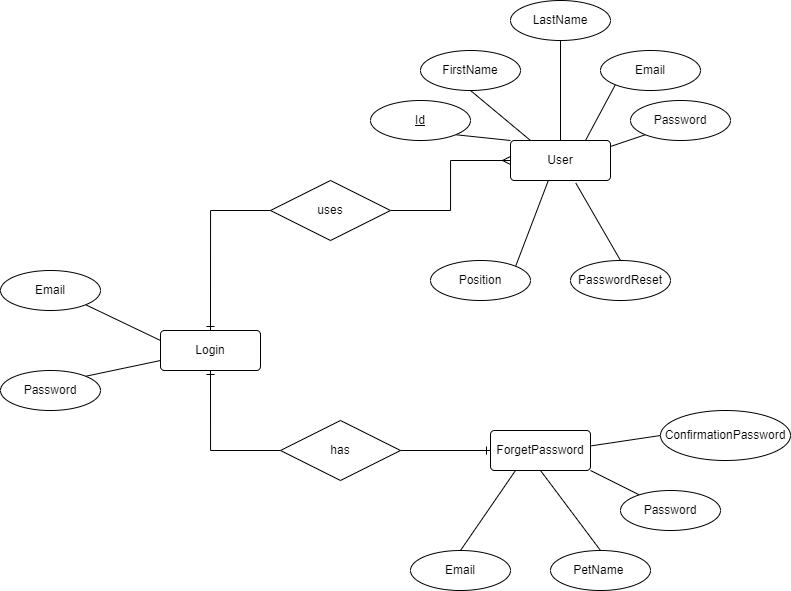
Earlier version of the draw.io export ERDigram/ERDiagram.png (Miggiez/LoginWithCRUD). Source tidied: cells renumbered, new cells last; positions are measured from the earlier drawing's top-left corner, leaving out a move shared by most shapes. Source of this version:
```xml
<mxGraphModel>
  <root>
    <mxCell id="0" />
    <mxCell id="1" parent="0" />
    <mxCell id="2" value="User" style="rounded=1;arcSize=10;whiteSpace=wrap;html=1;align=center;" parent="1" vertex="1">
      <mxGeometry x="510" y="140" width="100" height="40" as="geometry" />
    </mxCell>
    <mxCell id="3" style="edgeStyle=orthogonalEdgeStyle;rounded=0;jettySize=auto;html=1;entryX=0;entryY=0.5;entryDx=0;entryDy=0;startArrow=ERone;startFill=0;endArrow=none;endFill=0;exitX=0.5;exitY=1;exitDx=0;exitDy=0;" parent="1" edge="1" source="4" target="24">
      <mxGeometry relative="1" as="geometry">
        <Array as="points">
          <mxPoint x="210" y="450" />
        </Array>
      </mxGeometry>
    </mxCell>
    <mxCell id="4" value="Login" style="rounded=1;arcSize=10;whiteSpace=wrap;html=1;align=center;" parent="1" vertex="1">
      <mxGeometry x="160" y="330" width="100" height="40" as="geometry" />
    </mxCell>
    <mxCell id="5" value="ForgetPassword" style="rounded=1;arcSize=10;whiteSpace=wrap;html=1;align=center;" parent="1" vertex="1">
      <mxGeometry x="490" y="430" width="100" height="40" as="geometry" />
    </mxCell>
    <mxCell id="6" style="rounded=0;jettySize=auto;html=1;exitX=1;exitY=1;exitDx=0;exitDy=0;entryX=0;entryY=0;entryDx=0;entryDy=0;endArrow=none;endFill=0;" parent="1" edge="1" source="7" target="2">
      <mxGeometry relative="1" as="geometry" />
    </mxCell>
    <mxCell id="7" value="Id" style="ellipse;whiteSpace=wrap;html=1;align=center;fontStyle=4;" parent="1" vertex="1">
      <mxGeometry x="370" y="100" width="100" height="40" as="geometry" />
    </mxCell>
    <mxCell id="8" style="rounded=0;jettySize=auto;html=1;exitX=0.5;exitY=1;exitDx=0;exitDy=0;entryX=0.2;entryY=0;entryDx=0;entryDy=0;entryPerimeter=0;endArrow=none;endFill=0;" parent="1" edge="1" source="9" target="2">
      <mxGeometry relative="1" as="geometry" />
    </mxCell>
    <mxCell id="9" value="FirstName" style="ellipse;whiteSpace=wrap;html=1;align=center;" parent="1" vertex="1">
      <mxGeometry x="420" y="50" width="100" height="40" as="geometry" />
    </mxCell>
    <mxCell id="10" style="edgeStyle=none;rounded=0;jettySize=auto;html=1;exitX=0.5;exitY=1;exitDx=0;exitDy=0;entryX=0.5;entryY=0;entryDx=0;entryDy=0;endArrow=none;endFill=0;" parent="1" edge="1" source="11" target="2">
      <mxGeometry relative="1" as="geometry" />
    </mxCell>
    <mxCell id="11" value="LastName" style="ellipse;whiteSpace=wrap;html=1;align=center;" parent="1" vertex="1">
      <mxGeometry x="510" width="100" height="40" as="geometry" />
    </mxCell>
    <mxCell id="12" style="edgeStyle=none;rounded=0;jettySize=auto;html=1;exitX=0;exitY=1;exitDx=0;exitDy=0;entryX=0.75;entryY=0;entryDx=0;entryDy=0;endArrow=none;endFill=0;" parent="1" edge="1" source="13" target="2">
      <mxGeometry relative="1" as="geometry" />
    </mxCell>
    <mxCell id="13" value="Email" style="ellipse;whiteSpace=wrap;html=1;align=center;" parent="1" vertex="1">
      <mxGeometry x="600" y="50" width="100" height="40" as="geometry" />
    </mxCell>
    <mxCell id="14" style="edgeStyle=none;rounded=0;jettySize=auto;html=1;exitX=0;exitY=1;exitDx=0;exitDy=0;entryX=1.001;entryY=0.149;entryDx=0;entryDy=0;endArrow=none;endFill=0;entryPerimeter=0;" parent="1" edge="1" source="15" target="2">
      <mxGeometry relative="1" as="geometry" />
    </mxCell>
    <mxCell id="15" value="Password" style="ellipse;whiteSpace=wrap;html=1;align=center;" parent="1" vertex="1">
      <mxGeometry x="630" y="100" width="100" height="40" as="geometry" />
    </mxCell>
    <mxCell id="16" style="edgeStyle=none;rounded=0;jettySize=auto;html=1;exitX=1;exitY=0;exitDx=0;exitDy=0;entryX=0.379;entryY=0.995;entryDx=0;entryDy=0;entryPerimeter=0;endArrow=none;endFill=0;" parent="1" edge="1" source="17" target="2">
      <mxGeometry relative="1" as="geometry" />
    </mxCell>
    <mxCell id="17" value="Position" style="ellipse;whiteSpace=wrap;html=1;align=center;" parent="1" vertex="1">
      <mxGeometry x="430" y="260" width="100" height="40" as="geometry" />
    </mxCell>
    <mxCell id="18" style="edgeStyle=none;rounded=0;jettySize=auto;html=1;exitX=0.5;exitY=0;exitDx=0;exitDy=0;entryX=0.653;entryY=1.064;entryDx=0;entryDy=0;entryPerimeter=0;endArrow=none;endFill=0;" parent="1" edge="1" source="19" target="2">
      <mxGeometry relative="1" as="geometry" />
    </mxCell>
    <mxCell id="19" value="PasswordReset" style="ellipse;whiteSpace=wrap;html=1;align=center;" parent="1" vertex="1">
      <mxGeometry x="570" y="260" width="100" height="40" as="geometry" />
    </mxCell>
    <mxCell id="20" style="edgeStyle=orthogonalEdgeStyle;rounded=0;jettySize=auto;html=1;entryX=0;entryY=0.5;entryDx=0;entryDy=0;startArrow=none;startFill=0;endArrow=ERmany;endFill=0;" parent="1" edge="1" source="22" target="2">
      <mxGeometry relative="1" as="geometry" />
    </mxCell>
    <mxCell id="21" style="edgeStyle=orthogonalEdgeStyle;rounded=0;jettySize=auto;html=1;entryX=0.5;entryY=0;entryDx=0;entryDy=0;startArrow=none;startFill=0;endArrow=ERone;endFill=0;" parent="1" edge="1" source="22" target="4">
      <mxGeometry relative="1" as="geometry" />
    </mxCell>
    <mxCell id="22" value="uses" style="shape=rhombus;perimeter=rhombusPerimeter;whiteSpace=wrap;html=1;align=center;" parent="1" vertex="1">
      <mxGeometry x="270" y="180" width="120" height="60" as="geometry" />
    </mxCell>
    <mxCell id="23" style="edgeStyle=orthogonalEdgeStyle;rounded=0;jettySize=auto;html=1;entryX=0;entryY=0.5;entryDx=0;entryDy=0;startArrow=none;startFill=0;endArrow=ERone;endFill=0;" parent="1" edge="1" source="24" target="5">
      <mxGeometry relative="1" as="geometry" />
    </mxCell>
    <mxCell id="24" value="has" style="shape=rhombus;perimeter=rhombusPerimeter;whiteSpace=wrap;html=1;align=center;" parent="1" vertex="1">
      <mxGeometry x="280" y="420" width="120" height="60" as="geometry" />
    </mxCell>
    <mxCell id="25" style="rounded=0;jettySize=auto;html=1;exitX=0.5;exitY=0;exitDx=0;exitDy=0;entryX=0.25;entryY=1;entryDx=0;entryDy=0;startArrow=none;startFill=0;endArrow=none;endFill=0;" parent="1" edge="1" source="26" target="5">
      <mxGeometry relative="1" as="geometry" />
    </mxCell>
    <mxCell id="26" value="Email" style="ellipse;whiteSpace=wrap;html=1;align=center;" parent="1" vertex="1">
      <mxGeometry x="410" y="550" width="100" height="40" as="geometry" />
    </mxCell>
    <mxCell id="27" style="edgeStyle=none;rounded=0;jettySize=auto;html=1;exitX=0.5;exitY=0;exitDx=0;exitDy=0;entryX=0.5;entryY=1;entryDx=0;entryDy=0;startArrow=none;startFill=0;endArrow=none;endFill=0;" parent="1" edge="1" source="28" target="5">
      <mxGeometry relative="1" as="geometry" />
    </mxCell>
    <mxCell id="28" value="PetName&lt;span style=&quot;white-space: pre;&quot;&gt;&#9;&lt;/span&gt;" style="ellipse;whiteSpace=wrap;html=1;align=center;" parent="1" vertex="1">
      <mxGeometry x="550" y="550" width="100" height="40" as="geometry" />
    </mxCell>
    <mxCell id="29" style="edgeStyle=none;rounded=0;jettySize=auto;html=1;entryX=1;entryY=1;entryDx=0;entryDy=0;startArrow=none;startFill=0;endArrow=none;endFill=0;" parent="1" edge="1" source="30" target="5">
      <mxGeometry relative="1" as="geometry" />
    </mxCell>
    <mxCell id="30" value="Password" style="ellipse;whiteSpace=wrap;html=1;align=center;" parent="1" vertex="1">
      <mxGeometry x="620" y="490" width="100" height="40" as="geometry" />
    </mxCell>
    <mxCell id="31" style="edgeStyle=none;rounded=0;jettySize=auto;html=1;exitX=0;exitY=0.5;exitDx=0;exitDy=0;entryX=1.003;entryY=0.385;entryDx=0;entryDy=0;entryPerimeter=0;startArrow=none;startFill=0;endArrow=none;endFill=0;" parent="1" edge="1" source="32" target="5">
      <mxGeometry relative="1" as="geometry" />
    </mxCell>
    <mxCell id="32" value="ConfirmationPassword" style="ellipse;whiteSpace=wrap;html=1;align=center;" parent="1" vertex="1">
      <mxGeometry x="660" y="410" width="130" height="50" as="geometry" />
    </mxCell>
    <mxCell id="33" style="edgeStyle=none;rounded=0;jettySize=auto;html=1;exitX=1;exitY=1;exitDx=0;exitDy=0;entryX=0;entryY=0.25;entryDx=0;entryDy=0;startArrow=none;startFill=0;endArrow=none;endFill=0;" parent="1" edge="1" source="34" target="4">
      <mxGeometry relative="1" as="geometry" />
    </mxCell>
    <mxCell id="34" value="Email" style="ellipse;whiteSpace=wrap;html=1;align=center;" parent="1" vertex="1">
      <mxGeometry y="270" width="100" height="40" as="geometry" />
    </mxCell>
    <mxCell id="35" style="edgeStyle=none;rounded=0;jettySize=auto;html=1;exitX=1;exitY=0;exitDx=0;exitDy=0;entryX=0;entryY=0.75;entryDx=0;entryDy=0;startArrow=none;startFill=0;endArrow=none;endFill=0;" parent="1" edge="1" source="36" target="4">
      <mxGeometry relative="1" as="geometry" />
    </mxCell>
    <mxCell id="36" value="Password" style="ellipse;whiteSpace=wrap;html=1;align=center;" parent="1" vertex="1">
      <mxGeometry y="370" width="100" height="40" as="geometry" />
    </mxCell>
  </root>
</mxGraphModel>
```
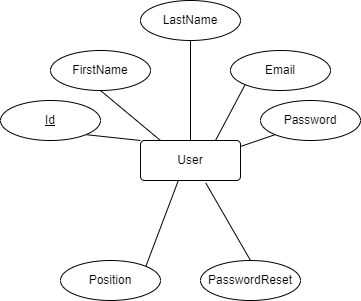
After the change.

What changed in the source:
```diff
@@ -5,19 +5,6 @@
     <mxCell id="2" value="User" style="rounded=1;arcSize=10;whiteSpace=wrap;html=1;align=center;" parent="1" vertex="1">
       <mxGeometry x="510" y="140" width="100" height="40" as="geometry" />
     </mxCell>
-    <mxCell id="3" style="edgeStyle=orthogonalEdgeStyle;rounded=0;jettySize=auto;html=1;entryX=0;entryY=0.5;entryDx=0;entryDy=0;startArrow=ERone;startFill=0;endArrow=none;endFill=0;exitX=0.5;exitY=1;exitDx=0;exitDy=0;" parent="1" edge="1" source="4" target="24">
-      <mxGeometry relative="1" as="geometry">
-        <Array as="points">
-          <mxPoint x="210" y="450" />
-        </Array>
-      </mxGeometry>
-    </mxCell>
-    <mxCell id="4" value="Login" style="rounded=1;arcSize=10;whiteSpace=wrap;html=1;align=center;" parent="1" vertex="1">
-      <mxGeometry x="160" y="330" width="100" height="40" as="geometry" />
-    </mxCell>
-    <mxCell id="5" value="ForgetPassword" style="rounded=1;arcSize=10;whiteSpace=wrap;html=1;align=center;" parent="1" vertex="1">
-      <mxGeometry x="490" y="430" width="100" height="40" as="geometry" />
-    </mxCell>
     <mxCell id="6" style="rounded=0;jettySize=auto;html=1;exitX=1;exitY=1;exitDx=0;exitDy=0;entryX=0;entryY=0;entryDx=0;entryDy=0;endArrow=none;endFill=0;" parent="1" edge="1" source="7" target="2">
       <mxGeometry relative="1" as="geometry" />
     </mxCell>
@@ -60,56 +47,5 @@
     <mxCell id="19" value="PasswordReset" style="ellipse;whiteSpace=wrap;html=1;align=center;" parent="1" vertex="1">
       <mxGeometry x="570" y="260" width="100" height="40" as="geometry" />
     </mxCell>
-    <mxCell id="20" style="edgeStyle=orthogonalEdgeStyle;rounded=0;jettySize=auto;html=1;entryX=0;entryY=0.5;entryDx=0;entryDy=0;startArrow=none;startFill=0;endArrow=ERmany;endFill=0;" parent="1" edge="1" source="22" target="2">
-      <mxGeometry relative="1" as="geometry" />
-    </mxCell>
-    <mxCell id="21" style="edgeStyle=orthogonalEdgeStyle;rounded=0;jettySize=auto;html=1;entryX=0.5;entryY=0;entryDx=0;entryDy=0;startArrow=none;startFill=0;endArrow=ERone;endFill=0;" parent="1" edge="1" source="22" target="4">
-      <mxGeometry relative="1" as="geometry" />
-    </mxCell>
-    <mxCell id="22" value="uses" style="shape=rhombus;perimeter=rhombusPerimeter;whiteSpace=wrap;html=1;align=center;" parent="1" vertex="1">
-      <mxGeometry x="270" y="180" width="120" height="60" as="geometry" />
-    </mxCell>
-    <mxCell id="23" style="edgeStyle=orthogonalEdgeStyle;rounded=0;jettySize=auto;html=1;entryX=0;entryY=0.5;entryDx=0;entryDy=0;startArrow=none;startFill=0;endArrow=ERone;endFill=0;" parent="1" edge="1" source="24" target="5">
-      <mxGeometry relative="1" as="geometry" />
-    </mxCell>
-    <mxCell id="24" value="has" style="shape=rhombus;perimeter=rhombusPerimeter;whiteSpace=wrap;html=1;align=center;" parent="1" vertex="1">
-      <mxGeometry x="280" y="420" width="120" height="60" as="geometry" />
-    </mxCell>
-    <mxCell id="25" style="rounded=0;jettySize=auto;html=1;exitX=0.5;exitY=0;exitDx=0;exitDy=0;entryX=0.25;entryY=1;entryDx=0;entryDy=0;startArrow=none;startFill=0;endArrow=none;endFill=0;" parent="1" edge="1" source="26" target="5">
-      <mxGeometry relative="1" as="geometry" />
-    </mxCell>
-    <mxCell id="26" value="Email" style="ellipse;whiteSpace=wrap;html=1;align=center;" parent="1" vertex="1">
-      <mxGeometry x="410" y="550" width="100" height="40" as="geometry" />
-    </mxCell>
-    <mxCell id="27" style="edgeStyle=none;rounded=0;jettySize=auto;html=1;exitX=0.5;exitY=0;exitDx=0;exitDy=0;entryX=0.5;entryY=1;entryDx=0;entryDy=0;startArrow=none;startFill=0;endArrow=none;endFill=0;" parent="1" edge="1" source="28" target="5">
-      <mxGeometry relative="1" as="geometry" />
-    </mxCell>
-    <mxCell id="28" value="PetName&lt;span style=&quot;white-space: pre;&quot;&gt;&#9;&lt;/span&gt;" style="ellipse;whiteSpace=wrap;html=1;align=center;" parent="1" vertex="1">
-      <mxGeometry x="550" y="550" width="100" height="40" as="geometry" />
-    </mxCell>
-    <mxCell id="29" style="edgeStyle=none;rounded=0;jettySize=auto;html=1;entryX=1;entryY=1;entryDx=0;entryDy=0;startArrow=none;startFill=0;endArrow=none;endFill=0;" parent="1" edge="1" source="30" target="5">
-      <mxGeometry relative="1" as="geometry" />
-    </mxCell>
-    <mxCell id="30" value="Password" style="ellipse;whiteSpace=wrap;html=1;align=center;" parent="1" vertex="1">
-      <mxGeometry x="620" y="490" width="100" height="40" as="geometry" />
-    </mxCell>
-    <mxCell id="31" style="edgeStyle=none;rounded=0;jettySize=auto;html=1;exitX=0;exitY=0.5;exitDx=0;exitDy=0;entryX=1.003;entryY=0.385;entryDx=0;entryDy=0;entryPerimeter=0;startArrow=none;startFill=0;endArrow=none;endFill=0;" parent="1" edge="1" source="32" target="5">
-      <mxGeometry relative="1" as="geometry" />
-    </mxCell>
-    <mxCell id="32" value="ConfirmationPassword" style="ellipse;whiteSpace=wrap;html=1;align=center;" parent="1" vertex="1">
-      <mxGeometry x="660" y="410" width="130" height="50" as="geometry" />
-    </mxCell>
-    <mxCell id="33" style="edgeStyle=none;rounded=0;jettySize=auto;html=1;exitX=1;exitY=1;exitDx=0;exitDy=0;entryX=0;entryY=0.25;entryDx=0;entryDy=0;startArrow=none;startFill=0;endArrow=none;endFill=0;" parent="1" edge="1" source="34" target="4">
-      <mxGeometry relative="1" as="geometry" />
-    </mxCell>
-    <mxCell id="34" value="Email" style="ellipse;whiteSpace=wrap;html=1;align=center;" parent="1" vertex="1">
-      <mxGeometry y="270" width="100" height="40" as="geometry" />
-    </mxCell>
-    <mxCell id="35" style="edgeStyle=none;rounded=0;jettySize=auto;html=1;exitX=1;exitY=0;exitDx=0;exitDy=0;entryX=0;entryY=0.75;entryDx=0;entryDy=0;startArrow=none;startFill=0;endArrow=none;endFill=0;" parent="1" edge="1" source="36" target="4">
-      <mxGeometry relative="1" as="geometry" />
-    </mxCell>
-    <mxCell id="36" value="Password" style="ellipse;whiteSpace=wrap;html=1;align=center;" parent="1" vertex="1">
-      <mxGeometry y="370" width="100" height="40" as="geometry" />
-    </mxCell>
   </root>
 </mxGraphModel>
```
